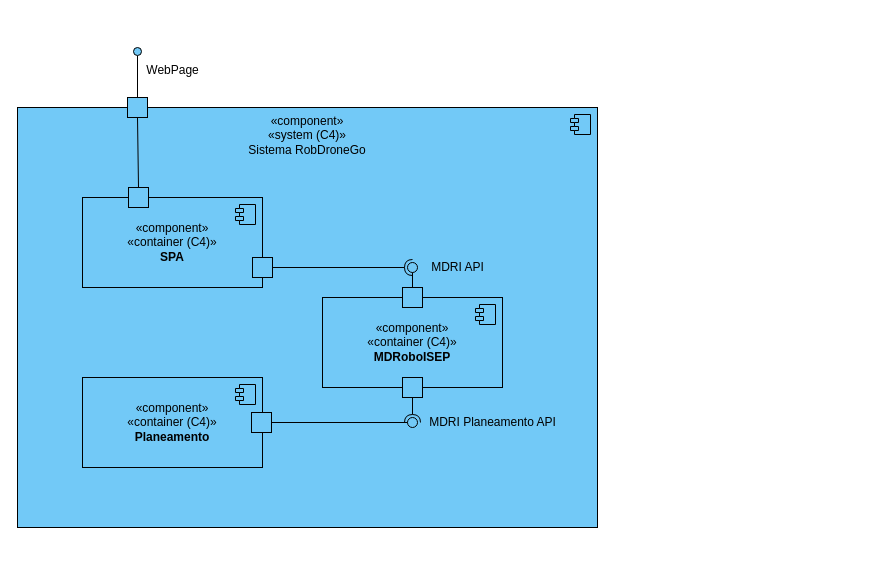
This is docs/Sprint_C/N2/VL.drawio from SEM5PI2324G58/sem5pi_g58_23_24, a draw.io file, before an edit. Source tidied: cells renumbered, new cells numbered last; positions are measured from the earlier drawing's top-left corner, leaving out a move shared by most shapes. Both pictures are drawn from the tidied source at 100%, with x=0, y=0 at pixel (17, 47).
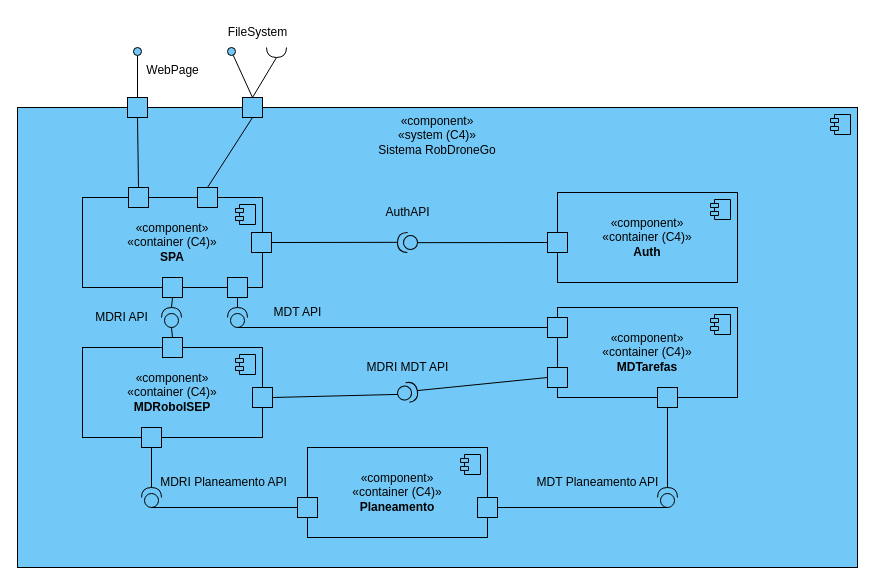
After the change.

Diff of the diagram source:
```diff
@@
     <mxCell id="2" value="«component»&lt;br&gt;«system (C4)»&lt;br&gt;Sistema RobDroneGo" style="html=1;whiteSpace=wrap;verticalAlign=top;fillColor=#72c9f7;" parent="1" vertex="1">
-      <mxGeometry y="60" width="580" height="420" as="geometry" />
+      <mxGeometry y="60" width="840" height="460" as="geometry" />
     </mxCell>
@@
-    <mxCell id="6" value="«component»&lt;br style=&quot;border-color: var(--border-color);&quot;&gt;«container (C4)»&lt;br&gt;&lt;b&gt;MDRoboISEP&lt;/b&gt;" style="html=1;whiteSpace=wrap;fillColor=#72c9f7;" parent="1" vertex="1">
-      <mxGeometry x="305" y="250" width="180" height="90" as="geometry" />
+    <mxCell id="6" value="«component»&lt;br style=&quot;border-color: var(--border-color);&quot;&gt;«container (C4)»&lt;br&gt;&lt;b&gt;MDTarefas&lt;/b&gt;" style="html=1;whiteSpace=wrap;fillColor=#72c9f7;" parent="1" vertex="1">
+      <mxGeometry x="540" y="260" width="180" height="90" as="geometry" />
     </mxCell>
@@
     <mxCell id="8" value="«component»&lt;br style=&quot;border-color: var(--border-color);&quot;&gt;«container (C4)»&lt;br&gt;&lt;b&gt;Planeamento&lt;/b&gt;" style="html=1;whiteSpace=wrap;fillColor=#72c9f7;" parent="1" vertex="1">
-      <mxGeometry x="65" y="330" width="180" height="90" as="geometry" />
+      <mxGeometry x="290" y="400" width="180" height="90" as="geometry" />
     </mxCell>
@@
-    <mxCell id="13" style="rounded=0;jettySize=auto;html=1;endArrow=halfCircle;endFill=0;endSize=6;strokeWidth=1;sketch=0;exitX=1;exitY=0.5;exitDx=0;exitDy=0;" parent="1" edge="1" source="19">
-      <mxGeometry relative="1" as="geometry">
-        <mxPoint x="395" y="220" as="targetPoint" />
-      </mxGeometry>
-    </mxCell>
-    <mxCell id="14" style="rounded=0;jettySize=auto;html=1;endArrow=oval;endFill=0;sketch=0;sourcePerimeterSpacing=0;targetPerimeterSpacing=0;endSize=10;exitX=0.5;exitY=0;exitDx=0;exitDy=0;" parent="1" edge="1" source="6">
-      <mxGeometry relative="1" as="geometry">
-        <mxPoint x="395" y="220" as="targetPoint" />
-      </mxGeometry>
-    </mxCell>
@@
-    <mxCell id="17" style="rounded=0;jettySize=auto;html=1;endArrow=halfCircle;endFill=0;endSize=6;strokeWidth=1;sketch=0;exitX=0.5;exitY=1;exitDx=0;exitDy=0;" parent="1" edge="1" source="21" target="18">
-      <mxGeometry relative="1" as="geometry" />
-    </mxCell>
-    <mxCell id="18" style="ellipse;whiteSpace=wrap;html=1;align=center;fillColor=none;strokeColor=none;perimeter=centerPerimeter;points=[];outlineConnect=1;" parent="1" vertex="1">
-      <mxGeometry x="390" y="370" width="10" height="10" as="geometry" />
-    </mxCell>
     <mxCell id="19" style="html=1;rounded=0;fillColor=#72c9f7;" parent="1" vertex="1">
-      <mxGeometry x="235" y="210" width="20" height="20" as="geometry" />
+      <mxGeometry x="234" y="185" width="20" height="20" as="geometry" />
     </mxCell>
     <mxCell id="20" style="html=1;rounded=0;fillColor=#72c9f7;" parent="1" vertex="1">
-      <mxGeometry x="385" y="240" width="20" height="20" as="geometry" />
+      <mxGeometry x="145" y="230" width="20" height="20" as="geometry" />
     </mxCell>
-    <mxCell id="21" style="html=1;rounded=0;fillColor=#72c9f7;" parent="1" vertex="1">
-      <mxGeometry x="385" y="330" width="20" height="20" as="geometry" />
-    </mxCell>
-    <mxCell id="22" value="MDRI API" style="text;html=1;align=center;verticalAlign=middle;strokeColor=none;fillColor=none;" parent="1" vertex="1">
-      <mxGeometry x="400" y="205" width="80" height="30" as="geometry" />
-    </mxCell>
-    <mxCell id="23" style="html=1;rounded=0;fillColor=#72c9f7;" parent="1" vertex="1">
-      <mxGeometry x="234" y="365" width="20" height="20" as="geometry" />
-    </mxCell>
-    <mxCell id="24" value="MDRI Planeamento API" style="text;html=1;align=center;verticalAlign=middle;strokeColor=none;fillColor=none;" parent="1" vertex="1">
-      <mxGeometry x="400" y="360" width="150" height="30" as="geometry" />
-    </mxCell>
-    <mxCell id="25" style="rounded=0;jettySize=auto;html=1;endArrow=oval;endFill=0;sketch=0;sourcePerimeterSpacing=0;targetPerimeterSpacing=0;endSize=10;exitX=1;exitY=0.5;exitDx=0;exitDy=0;entryX=0.1;entryY=0.318;entryDx=0;entryDy=0;entryPerimeter=0;" parent="1" edge="1" source="23" target="18">
-      <mxGeometry relative="1" as="geometry" />
-    </mxCell>
@@
+    <mxCell id="29" value="«component»&lt;br style=&quot;border-color: var(--border-color);&quot;&gt;«container (C4)»&lt;br&gt;&lt;b&gt;Auth&lt;/b&gt;" style="html=1;whiteSpace=wrap;fillColor=#72c9f7;" parent="1" vertex="1">
+      <mxGeometry x="540" y="145" width="180" height="90" as="geometry" />
+    </mxCell>
+    <mxCell id="30" style="shape=module;jettyWidth=8;jettyHeight=4;fillColor=#72c9f7;" parent="29" vertex="1">
+      <mxGeometry x="1" width="20" height="20" relative="1" as="geometry">
+        <mxPoint x="-27" y="7" as="offset" />
+      </mxGeometry>
+    </mxCell>
+    <mxCell id="31" value="«component»&lt;br style=&quot;border-color: var(--border-color);&quot;&gt;«container (C4)»&lt;br&gt;&lt;b&gt;MDRoboISEP&lt;/b&gt;" style="html=1;whiteSpace=wrap;fillColor=#72c9f7;" parent="1" vertex="1">
+      <mxGeometry x="65" y="300" width="180" height="90" as="geometry" />
+    </mxCell>
+    <mxCell id="32" style="shape=module;jettyWidth=8;jettyHeight=4;fillColor=#72c9f7;" parent="31" vertex="1">
+      <mxGeometry x="1" width="20" height="20" relative="1" as="geometry">
+        <mxPoint x="-27" y="7" as="offset" />
+      </mxGeometry>
+    </mxCell>
+    <mxCell id="33" style="html=1;rounded=0;fillColor=#72c9f7;" parent="1" vertex="1">
+      <mxGeometry x="210" y="230" width="20" height="20" as="geometry" />
+    </mxCell>
+    <mxCell id="23" style="html=1;rounded=0;fillColor=#72c9f7;" parent="1" vertex="1">
+      <mxGeometry x="124" y="380" width="20" height="20" as="geometry" />
+    </mxCell>
+    <mxCell id="34" style="html=1;rounded=0;fillColor=#72c9f7;" parent="1" vertex="1">
+      <mxGeometry x="235" y="340" width="20" height="20" as="geometry" />
+    </mxCell>
+    <mxCell id="35" style="html=1;rounded=0;fillColor=#72c9f7;" parent="1" vertex="1">
+      <mxGeometry x="280" y="450" width="20" height="20" as="geometry" />
+    </mxCell>
+    <mxCell id="36" style="html=1;rounded=0;fillColor=#72c9f7;" parent="1" vertex="1">
+      <mxGeometry x="460" y="450" width="20" height="20" as="geometry" />
+    </mxCell>
+    <mxCell id="37" style="html=1;rounded=0;fillColor=#72c9f7;" parent="1" vertex="1">
+      <mxGeometry x="180" y="140" width="20" height="20" as="geometry" />
+    </mxCell>
+    <mxCell id="38" style="html=1;rounded=0;fillColor=#72c9f7;" parent="1" vertex="1">
+      <mxGeometry x="145" y="290" width="20" height="20" as="geometry" />
+    </mxCell>
+    <mxCell id="39" style="html=1;rounded=0;fillColor=#72c9f7;" parent="1" vertex="1">
+      <mxGeometry x="530" y="185" width="20" height="20" as="geometry" />
+    </mxCell>
+    <mxCell id="40" style="html=1;rounded=0;fillColor=#72c9f7;" parent="1" vertex="1">
+      <mxGeometry x="530" y="270" width="20" height="20" as="geometry" />
+    </mxCell>
+    <mxCell id="41" style="html=1;rounded=0;fillColor=#72c9f7;" parent="1" vertex="1">
+      <mxGeometry x="530" y="320" width="20" height="20" as="geometry" />
+    </mxCell>
+    <mxCell id="42" style="html=1;rounded=0;fillColor=#72c9f7;" parent="1" vertex="1">
+      <mxGeometry x="640" y="340" width="20" height="20" as="geometry" />
+    </mxCell>
+    <mxCell id="43" style="html=1;rounded=0;fillColor=#72c9f7;" parent="1" vertex="1">
+      <mxGeometry x="225" y="50" width="20" height="20" as="geometry" />
+    </mxCell>
+    <mxCell id="44" style="shape=providedRequiredInterface;html=1;verticalLabelPosition=bottom;sketch=0;rotation=-179;fillColor=#72C9F7;" parent="1" vertex="1">
+      <mxGeometry x="380" y="185" width="20" height="20" as="geometry" />
+    </mxCell>
+    <mxCell id="45" style="shape=providedRequiredInterface;html=1;verticalLabelPosition=bottom;sketch=0;rotation=-90;fillColor=#72C9F7;" parent="1" vertex="1">
+      <mxGeometry x="144" y="260" width="20" height="20" as="geometry" />
+    </mxCell>
+    <mxCell id="46" style="shape=providedRequiredInterface;html=1;verticalLabelPosition=bottom;sketch=0;rotation=-90;fillColor=#72C9F7;" parent="1" vertex="1">
+      <mxGeometry x="210" y="260" width="20" height="20" as="geometry" />
+    </mxCell>
+    <mxCell id="47" style="shape=providedRequiredInterface;html=1;verticalLabelPosition=bottom;sketch=0;rotation=-11;fillColor=#72C9F7;" parent="1" vertex="1">
+      <mxGeometry x="380" y="335" width="20" height="20" as="geometry" />
+    </mxCell>
+    <mxCell id="48" style="shape=providedRequiredInterface;html=1;verticalLabelPosition=bottom;sketch=0;rotation=-90;fillColor=#72C9F7;" parent="1" vertex="1">
+      <mxGeometry x="124" y="440" width="20" height="20" as="geometry" />
+    </mxCell>
+    <mxCell id="49" style="shape=providedRequiredInterface;html=1;verticalLabelPosition=bottom;sketch=0;rotation=-90;fillColor=#72C9F7;" parent="1" vertex="1">
+      <mxGeometry x="640" y="440" width="20" height="20" as="geometry" />
+    </mxCell>
+    <mxCell id="50" style="endArrow=none;html=1;rounded=0;entryX=0.5;entryY=1;entryDx=0;entryDy=0;exitX=1;exitY=0.5;exitDx=0;exitDy=0;exitPerimeter=0;" parent="1" edge="1" source="45" target="20">
+      <mxGeometry relative="1" as="geometry" />
+    </mxCell>
+    <mxCell id="51" style="endArrow=none;html=1;rounded=0;entryX=0.5;entryY=0;entryDx=0;entryDy=0;exitX=0;exitY=0.5;exitDx=0;exitDy=0;exitPerimeter=0;" parent="1" edge="1" source="45" target="38">
+      <mxGeometry relative="1" as="geometry" />
+    </mxCell>
+    <mxCell id="52" style="endArrow=none;html=1;rounded=0;entryX=0.5;entryY=1;entryDx=0;entryDy=0;exitX=0.5;exitY=0;exitDx=0;exitDy=0;" parent="1" edge="1" source="37" target="43">
+      <mxGeometry relative="1" as="geometry" />
+    </mxCell>
+    <mxCell id="53" style="endArrow=none;html=1;rounded=0;entryX=1;entryY=0.5;entryDx=0;entryDy=0;exitX=1;exitY=0.5;exitDx=0;exitDy=0;entryPerimeter=0;" parent="1" edge="1" source="19" target="44">
+      <mxGeometry relative="1" as="geometry" />
+    </mxCell>
+    <mxCell id="54" style="endArrow=none;html=1;rounded=0;entryX=0;entryY=0.5;entryDx=0;entryDy=0;exitX=0;exitY=0.5;exitDx=0;exitDy=0;exitPerimeter=0;" parent="1" edge="1" source="44" target="39">
+      <mxGeometry relative="1" as="geometry" />
+    </mxCell>
+    <mxCell id="55" style="endArrow=none;html=1;rounded=0;entryX=0;entryY=0.5;entryDx=0;entryDy=0;exitX=0;exitY=0.5;exitDx=0;exitDy=0;exitPerimeter=0;" parent="1" edge="1" source="46" target="40">
+      <mxGeometry relative="1" as="geometry" />
+    </mxCell>
+    <mxCell id="56" style="endArrow=none;html=1;rounded=0;entryX=1;entryY=0.5;entryDx=0;entryDy=0;exitX=0.5;exitY=1;exitDx=0;exitDy=0;entryPerimeter=0;" parent="1" edge="1" source="33" target="46">
+      <mxGeometry relative="1" as="geometry" />
+    </mxCell>
+    <mxCell id="57" style="endArrow=none;html=1;rounded=0;entryX=0;entryY=0.5;entryDx=0;entryDy=0;exitX=1;exitY=0.5;exitDx=0;exitDy=0;entryPerimeter=0;" parent="1" edge="1" source="34" target="47">
+      <mxGeometry relative="1" as="geometry" />
+    </mxCell>
+    <mxCell id="58" style="endArrow=none;html=1;rounded=0;entryX=0;entryY=0.5;entryDx=0;entryDy=0;exitX=1;exitY=0.5;exitDx=0;exitDy=0;exitPerimeter=0;" parent="1" edge="1" source="47" target="41">
+      <mxGeometry relative="1" as="geometry" />
+    </mxCell>
+    <mxCell id="59" style="endArrow=none;html=1;rounded=0;entryX=1;entryY=0.5;entryDx=0;entryDy=0;exitX=0.5;exitY=1;exitDx=0;exitDy=0;entryPerimeter=0;" parent="1" edge="1" source="23" target="48">
+      <mxGeometry relative="1" as="geometry" />
+    </mxCell>
+    <mxCell id="60" style="endArrow=none;html=1;rounded=0;entryX=0;entryY=0.5;entryDx=0;entryDy=0;exitX=0;exitY=0.5;exitDx=0;exitDy=0;entryPerimeter=0;" parent="1" edge="1" source="35" target="48">
+      <mxGeometry relative="1" as="geometry" />
+    </mxCell>
+    <mxCell id="61" style="endArrow=none;html=1;rounded=0;entryX=1;entryY=0.5;entryDx=0;entryDy=0;exitX=0;exitY=0.5;exitDx=0;exitDy=0;exitPerimeter=0;" parent="1" edge="1" source="49" target="36">
+      <mxGeometry relative="1" as="geometry" />
+    </mxCell>
+    <mxCell id="62" style="endArrow=none;html=1;rounded=0;entryX=0.5;entryY=1;entryDx=0;entryDy=0;exitX=1;exitY=0.5;exitDx=0;exitDy=0;exitPerimeter=0;" parent="1" edge="1" source="49" target="42">
+      <mxGeometry relative="1" as="geometry" />
+    </mxCell>
+    <mxCell id="63" style="endArrow=none;html=1;rounded=0;align=center;verticalAlign=top;endFill=0;labelBackgroundColor=none;endSize=2;exitX=0.5;exitY=0;exitDx=0;exitDy=0;" parent="1" edge="1" source="43" target="64">
+      <mxGeometry relative="1" as="geometry" />
+    </mxCell>
+    <mxCell id="64" style="ellipse;html=1;fontSize=11;align=center;fillColor=#72c9f7;points=[];verticalAlign=bottom;labelPosition=center;verticalLabelPosition=top;flipH=1;" parent="1" vertex="1">
+      <mxGeometry x="210" width="8" height="8" as="geometry" />
+    </mxCell>
+    <mxCell id="65" value="FileSystem" style="text;html=1;align=center;verticalAlign=middle;strokeColor=none;fillColor=none;" parent="1" vertex="1">
+      <mxGeometry x="200" y="-30" width="80" height="30" as="geometry" />
+    </mxCell>
+    <mxCell id="66" style="ellipse;whiteSpace=wrap;html=1;align=center;fillColor=none;strokeColor=none;perimeter=centerPerimeter;" parent="1" vertex="1">
+      <mxGeometry x="320" y="100" width="10" height="10" as="geometry" />
+    </mxCell>
+    <mxCell id="67" style="ellipse;whiteSpace=wrap;html=1;align=center;fillColor=none;strokeColor=none;perimeter=centerPerimeter;" parent="1" vertex="1">
+      <mxGeometry x="320" y="100" width="10" height="10" as="geometry" />
+    </mxCell>
+    <mxCell id="68" style="shape=requiredInterface;html=1;verticalLabelPosition=bottom;sketch=0;rotation=90;" parent="1" vertex="1">
+      <mxGeometry x="254" y="-5" width="10" height="20" as="geometry" />
+    </mxCell>
+    <mxCell id="69" style="endArrow=none;html=1;rounded=0;align=center;verticalAlign=top;endFill=0;labelBackgroundColor=none;endSize=2;exitX=0.5;exitY=0;exitDx=0;exitDy=0;entryX=1;entryY=0.5;entryDx=0;entryDy=0;entryPerimeter=0;" parent="1" edge="1" source="43" target="68">
+      <mxGeometry relative="1" as="geometry" />
+    </mxCell>
+    <mxCell id="70" value="AuthAPI" style="text;html=1;align=center;verticalAlign=middle;strokeColor=none;fillColor=none;" parent="1" vertex="1">
+      <mxGeometry x="355" y="150" width="70" height="30" as="geometry" />
+    </mxCell>
+    <mxCell id="71" value="MDT API" style="text;html=1;align=center;verticalAlign=middle;strokeColor=none;fillColor=none;" parent="1" vertex="1">
+      <mxGeometry x="245" y="250" width="70" height="30" as="geometry" />
+    </mxCell>
+    <mxCell id="22" value="MDRI API" style="text;html=1;align=center;verticalAlign=middle;strokeColor=none;fillColor=none;" parent="1" vertex="1">
+      <mxGeometry x="64" y="255" width="80" height="30" as="geometry" />
+    </mxCell>
+    <mxCell id="72" value="MDRI MDT API" style="text;html=1;align=center;verticalAlign=middle;strokeColor=none;fillColor=none;" parent="1" vertex="1">
+      <mxGeometry x="335" y="305" width="110" height="30" as="geometry" />
+    </mxCell>
+    <mxCell id="73" value="MDT Planeamento API" style="text;html=1;align=center;verticalAlign=middle;strokeColor=none;fillColor=none;" parent="1" vertex="1">
+      <mxGeometry x="505" y="420" width="150" height="30" as="geometry" />
+    </mxCell>
+    <mxCell id="24" value="MDRI Planeamento API" style="text;html=1;align=center;verticalAlign=middle;strokeColor=none;fillColor=none;" parent="1" vertex="1">
+      <mxGeometry x="131" y="420" width="150" height="30" as="geometry" />
+    </mxCell>
```
